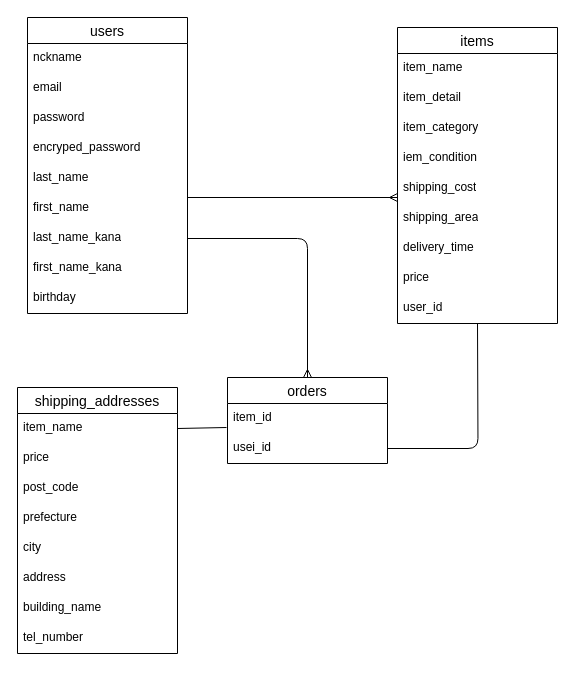
Before: furima.dio in mayumishibata-div/furima-1111, a draw.io diagram. Source tidied: cells renumbered, new cells numbered last; positions are measured from the earlier drawing's top-left corner, leaving out a move shared by most shapes. Both pictures are drawn from the tidied source at 100%, with x=0, y=0 at pixel (17, 17).
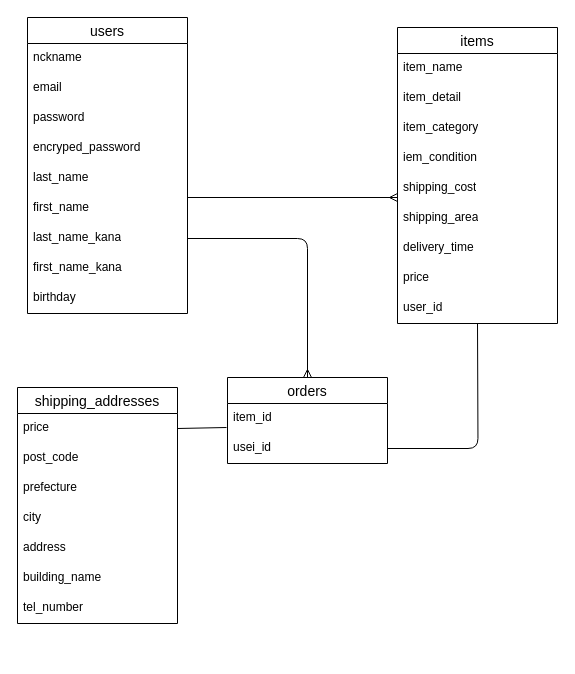
The same diagram, later.

Commit message (it also covers changes not shown here):
商品の外部キーは不要なので削除。

The edit, as a diff of the source:
```diff
@@
     <mxCell id="22" value="shipping_addresses" style="swimlane;fontStyle=0;horizontal=1;startSize=26;align=center;fontSize=14;" parent="1" vertex="1">
-      <mxGeometry y="370" width="160" height="266" as="geometry" />
+      <mxGeometry y="370" width="160" height="236" as="geometry" />
     </mxCell>
-    <mxCell id="23" value="item_name" style="text;strokeColor=none;fillColor=none;spacingLeft=4;spacingRight=4;overflow=hidden;fontSize=12;whiteSpace=wrap;html=1;" parent="22" vertex="1">
-      <mxGeometry y="26" width="160" height="30" as="geometry" />
-    </mxCell>
     <mxCell id="24" value="price" style="text;strokeColor=none;fillColor=none;spacingLeft=4;spacingRight=4;overflow=hidden;fontSize=12;whiteSpace=wrap;html=1;" parent="22" vertex="1">
-      <mxGeometry y="56" width="160" height="30" as="geometry" />
+      <mxGeometry y="26" width="160" height="30" as="geometry" />
     </mxCell>
     <mxCell id="25" value="post_code" style="text;strokeColor=none;fillColor=none;spacingLeft=4;spacingRight=4;overflow=hidden;fontSize=12;whiteSpace=wrap;html=1;" parent="22" vertex="1">
-      <mxGeometry y="86" width="160" height="30" as="geometry" />
+      <mxGeometry y="56" width="160" height="30" as="geometry" />
     </mxCell>
     <mxCell id="26" value="prefecture" style="text;strokeColor=none;fillColor=none;spacingLeft=4;spacingRight=4;overflow=hidden;fontSize=12;whiteSpace=wrap;html=1;" parent="22" vertex="1">
-      <mxGeometry y="116" width="160" height="30" as="geometry" />
+      <mxGeometry y="86" width="160" height="30" as="geometry" />
     </mxCell>
     <mxCell id="27" value="city" style="text;strokeColor=none;fillColor=none;spacingLeft=4;spacingRight=4;overflow=hidden;fontSize=12;whiteSpace=wrap;html=1;" parent="22" vertex="1">
-      <mxGeometry y="146" width="160" height="30" as="geometry" />
+      <mxGeometry y="116" width="160" height="30" as="geometry" />
     </mxCell>
     <mxCell id="28" value="address" style="text;strokeColor=none;fillColor=none;spacingLeft=4;spacingRight=4;overflow=hidden;fontSize=12;whiteSpace=wrap;html=1;" parent="22" vertex="1">
-      <mxGeometry y="176" width="160" height="30" as="geometry" />
+      <mxGeometry y="146" width="160" height="30" as="geometry" />
     </mxCell>
     <mxCell id="29" value="building_name" style="text;strokeColor=none;fillColor=none;spacingLeft=4;spacingRight=4;overflow=hidden;fontSize=12;whiteSpace=wrap;html=1;" parent="22" vertex="1">
-      <mxGeometry y="206" width="160" height="30" as="geometry" />
+      <mxGeometry y="176" width="160" height="30" as="geometry" />
     </mxCell>
     <mxCell id="30" value="tel_number" style="text;strokeColor=none;fillColor=none;spacingLeft=4;spacingRight=4;overflow=hidden;fontSize=12;whiteSpace=wrap;html=1;" parent="22" vertex="1">
-      <mxGeometry y="236" width="160" height="30" as="geometry" />
+      <mxGeometry y="206" width="160" height="30" as="geometry" />
     </mxCell>
```
